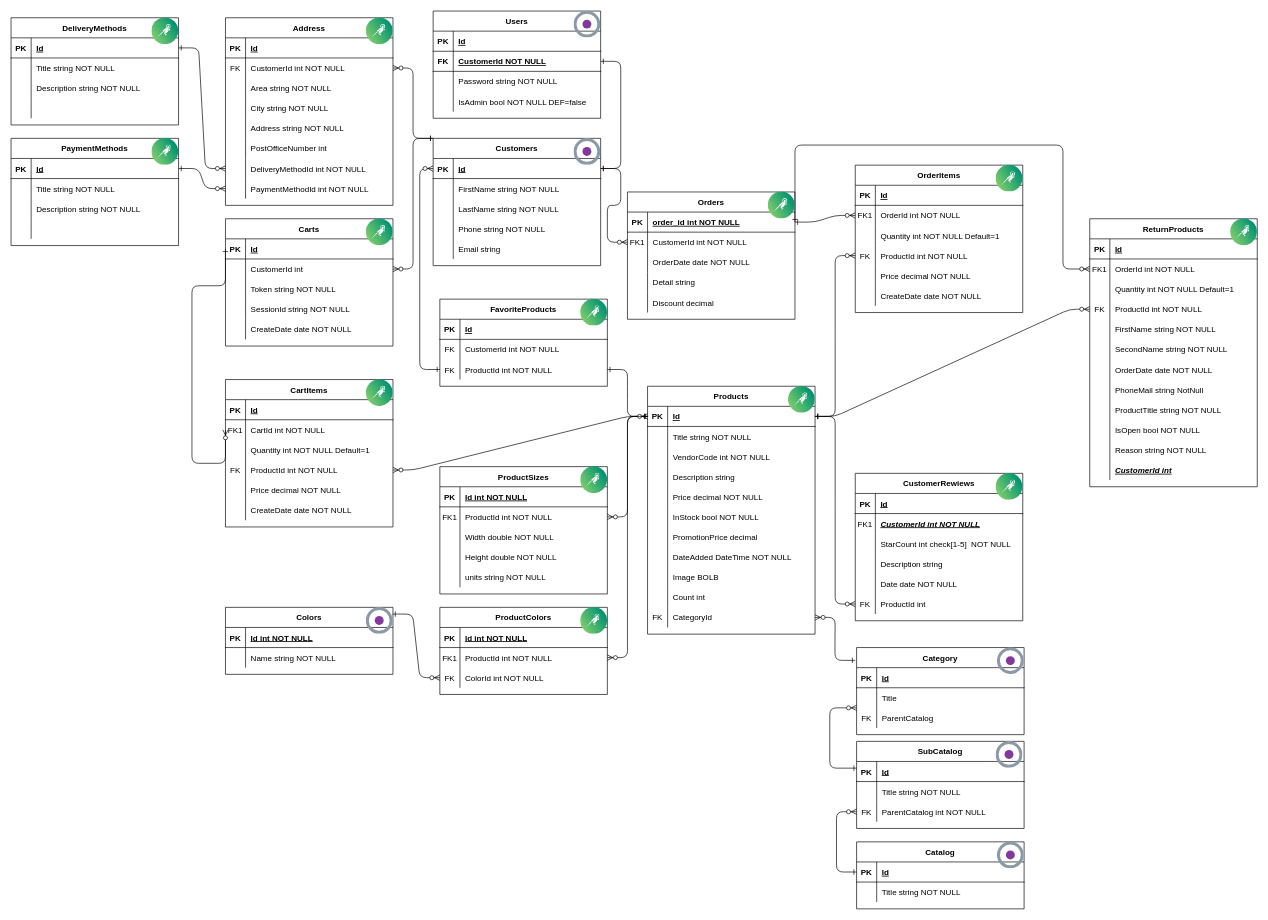
The draw.io diagram OpencartShop/Domain/DataBaseStruct.drawio in maxpe3447/OpencartShop, before the edit. Source tidied: cells renumbered, new cells numbered last; positions are measured from the earlier drawing's top-left corner, leaving out a move shared by most shapes. Both pictures are drawn from the tidied source at 67%, with x=0, y=0 at pixel (11, 11).
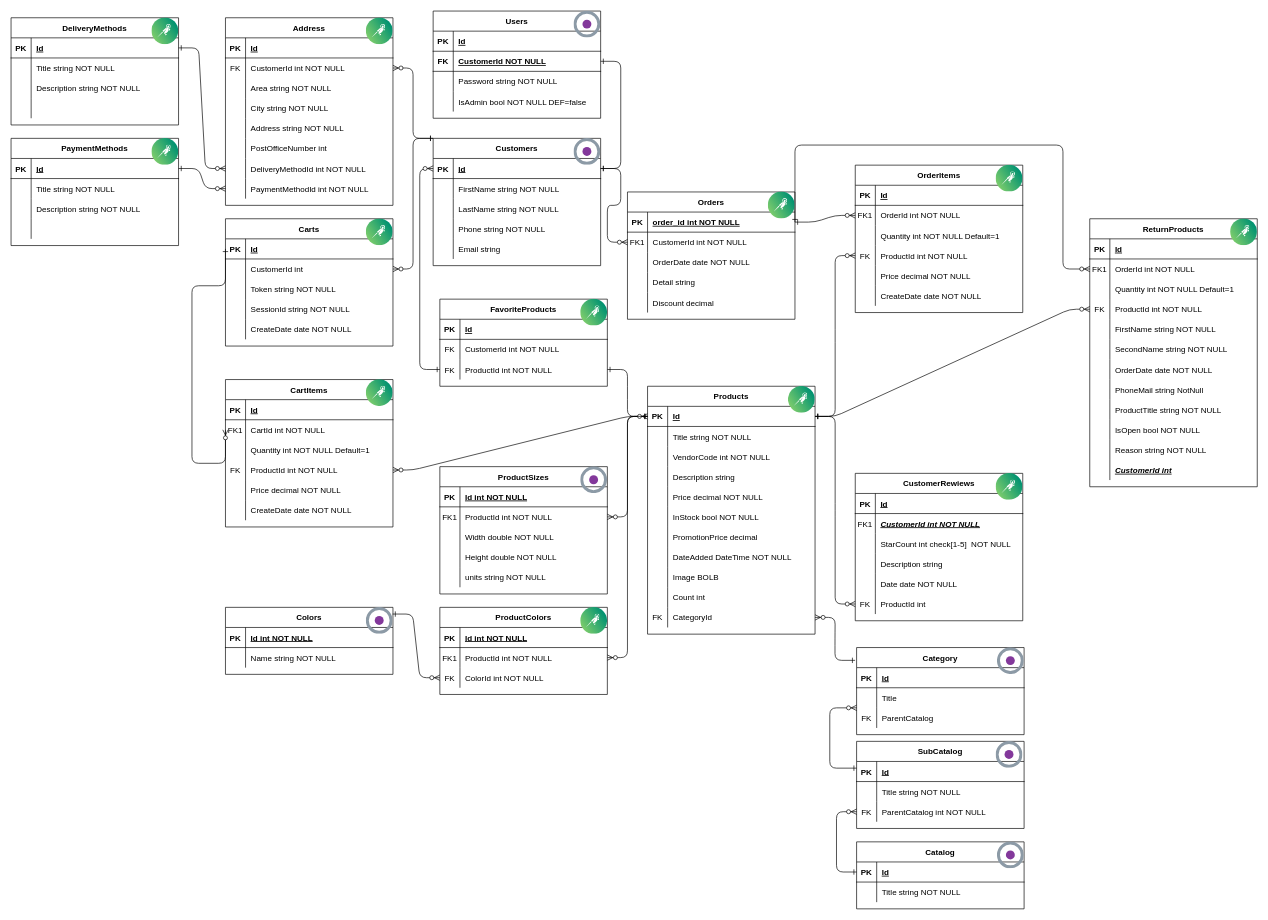
Above is the later version.

Change to the diagram source:
```diff
@@
-    <mxCell id="335" style="image;perimeter=ellipsePerimeter;html=1;align=center;fontSize=12;verticalAlign=top;fontColor=#364149;shadow=0;dashed=0;image=img/lib/cumulus/cumulus_linux_icon.svg;" parent="1" vertex="1">
-      <mxGeometry x="850" y="680" width="40" height="40" as="geometry" />
-    </mxCell>
@@
+    <mxCell id="352" style="image;perimeter=ellipsePerimeter;html=1;align=center;fontSize=12;verticalAlign=top;fontColor=#364149;shadow=0;dashed=0;image=img/lib/cumulus/netq_agent.svg;" parent="1" vertex="1">
+      <mxGeometry x="850" y="680" width="40" height="40" as="geometry" />
+    </mxCell>
```
